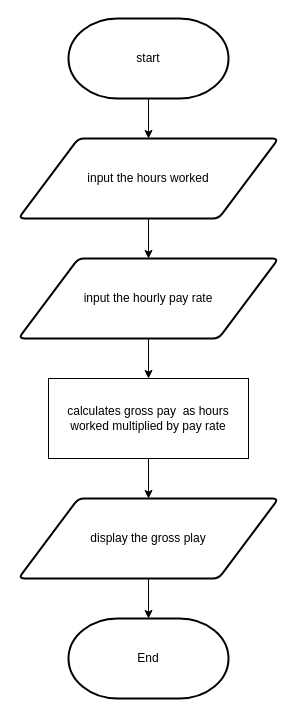
This is L01/pay.drawio from Phatkavee/testweb, a draw.io file, before an edit. Source tidied: cells renumbered, new cells numbered last; positions are measured from the earlier drawing's top-left corner, leaving out a move shared by most shapes. Both pictures are drawn from the tidied source at 100%, with x=0, y=0 at pixel (18, 18).
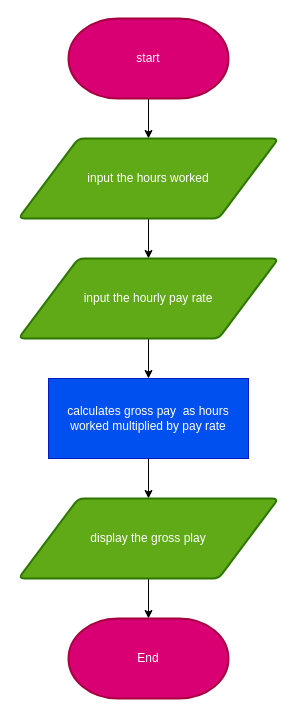
The same diagram, later.

Diff of the diagram source:
```diff
@@
 <mxGraphModel>
   <root>
     <mxCell id="0" />
     <mxCell id="1" parent="0" />
     <mxCell id="2" style="edgeStyle=none;html=1;exitX=0.5;exitY=1;exitDx=0;exitDy=0;exitPerimeter=0;entryX=0.5;entryY=0;entryDx=0;entryDy=0;" parent="1" edge="1" source="3" target="5">
       <mxGeometry relative="1" as="geometry" />
     </mxCell>
-    <mxCell id="3" value="start" style="strokeWidth=2;html=1;shape=mxgraph.flowchart.terminator;whiteSpace=wrap;" parent="1" vertex="1">
+    <mxCell id="3" value="start" style="strokeWidth=2;html=1;shape=mxgraph.flowchart.terminator;whiteSpace=wrap;fillColor=#d80073;fontColor=#ffffff;strokeColor=#A50040;" parent="1" vertex="1">
       <mxGeometry x="50" width="160" height="80" as="geometry" />
     </mxCell>
     <mxCell id="4" style="edgeStyle=none;html=1;exitX=0.5;exitY=1;exitDx=0;exitDy=0;entryX=0.5;entryY=0;entryDx=0;entryDy=0;" parent="1" edge="1" source="5" target="7">
       <mxGeometry relative="1" as="geometry" />
     </mxCell>
-    <mxCell id="5" value="input the hours worked" style="shape=parallelogram;html=1;strokeWidth=2;perimeter=parallelogramPerimeter;whiteSpace=wrap;rounded=1;arcSize=12;size=0.23;" parent="1" vertex="1">
+    <mxCell id="5" value="input the hours worked" style="shape=parallelogram;html=1;strokeWidth=2;perimeter=parallelogramPerimeter;whiteSpace=wrap;rounded=1;arcSize=12;size=0.23;fillColor=#60a917;fontColor=#ffffff;strokeColor=#2D7600;" parent="1" vertex="1">
       <mxGeometry y="120" width="260" height="80" as="geometry" />
     </mxCell>
     <mxCell id="6" style="edgeStyle=none;html=1;exitX=0.5;exitY=1;exitDx=0;exitDy=0;entryX=0.5;entryY=0;entryDx=0;entryDy=0;" parent="1" edge="1" source="7" target="9">
       <mxGeometry relative="1" as="geometry" />
     </mxCell>
-    <mxCell id="7" value="input the hourly pay rate" style="shape=parallelogram;html=1;strokeWidth=2;perimeter=parallelogramPerimeter;whiteSpace=wrap;rounded=1;arcSize=12;size=0.23;" parent="1" vertex="1">
+    <mxCell id="7" value="input the hourly pay rate" style="shape=parallelogram;html=1;strokeWidth=2;perimeter=parallelogramPerimeter;whiteSpace=wrap;rounded=1;arcSize=12;size=0.23;fillColor=#60a917;fontColor=#ffffff;strokeColor=#2D7600;" parent="1" vertex="1">
       <mxGeometry y="240" width="260" height="80" as="geometry" />
     </mxCell>
     <mxCell id="8" style="edgeStyle=none;html=1;exitX=0.5;exitY=1;exitDx=0;exitDy=0;entryX=0.5;entryY=0;entryDx=0;entryDy=0;" parent="1" edge="1" source="9" target="11">
       <mxGeometry relative="1" as="geometry" />
     </mxCell>
-    <mxCell id="9" value="calculates gross pay&amp;nbsp; as hours worked multiplied by pay rate" style="rounded=0;whiteSpace=wrap;html=1;" parent="1" vertex="1">
+    <mxCell id="9" value="calculates gross pay&amp;nbsp; as hours worked multiplied by pay rate" style="rounded=0;whiteSpace=wrap;html=1;fillColor=#0050ef;fontColor=#ffffff;strokeColor=#001DBC;" parent="1" vertex="1">
       <mxGeometry x="30" y="360" width="200" height="80" as="geometry" />
     </mxCell>
     <mxCell id="10" style="edgeStyle=none;html=1;exitX=0.5;exitY=1;exitDx=0;exitDy=0;entryX=0.5;entryY=0;entryDx=0;entryDy=0;entryPerimeter=0;" parent="1" edge="1" source="11" target="12">
       <mxGeometry relative="1" as="geometry" />
     </mxCell>
-    <mxCell id="11" value="display the gross play" style="shape=parallelogram;html=1;strokeWidth=2;perimeter=parallelogramPerimeter;whiteSpace=wrap;rounded=1;arcSize=12;size=0.23;" parent="1" vertex="1">
+    <mxCell id="11" value="display the gross play" style="shape=parallelogram;html=1;strokeWidth=2;perimeter=parallelogramPerimeter;whiteSpace=wrap;rounded=1;arcSize=12;size=0.23;fillColor=#60a917;fontColor=#ffffff;strokeColor=#2D7600;" parent="1" vertex="1">
       <mxGeometry y="480" width="260" height="80" as="geometry" />
     </mxCell>
-    <mxCell id="12" value="End" style="strokeWidth=2;html=1;shape=mxgraph.flowchart.terminator;whiteSpace=wrap;" parent="1" vertex="1">
+    <mxCell id="12" value="End" style="strokeWidth=2;html=1;shape=mxgraph.flowchart.terminator;whiteSpace=wrap;fillColor=#d80073;fontColor=#ffffff;strokeColor=#A50040;" parent="1" vertex="1">
       <mxGeometry x="50" y="600" width="160" height="80" as="geometry" />
     </mxCell>
   </root>
 </mxGraphModel>
```
